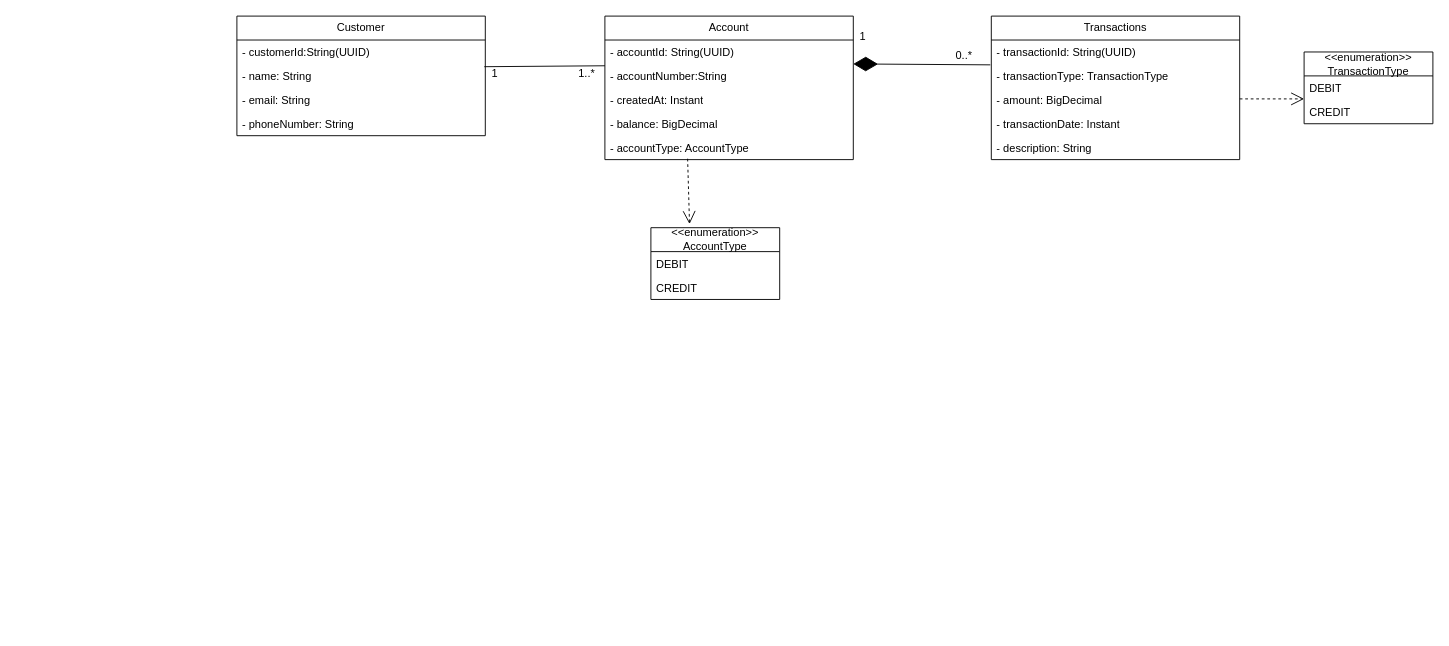
Above: page "FinanceBank" (8 of 8) of UML Diagram/Practice.drawio in prakashbtech87/aaaaaaaaaaaPrakashDrawIORepo (draw.io), before the change. Source tidied: cells renumbered, new cells numbered last; positions are measured from the earlier drawing's top-left corner, leaving out a move shared by most shapes. Both pictures are drawn from the tidied source at 92%, with x=0, y=0 at pixel (236, 16).
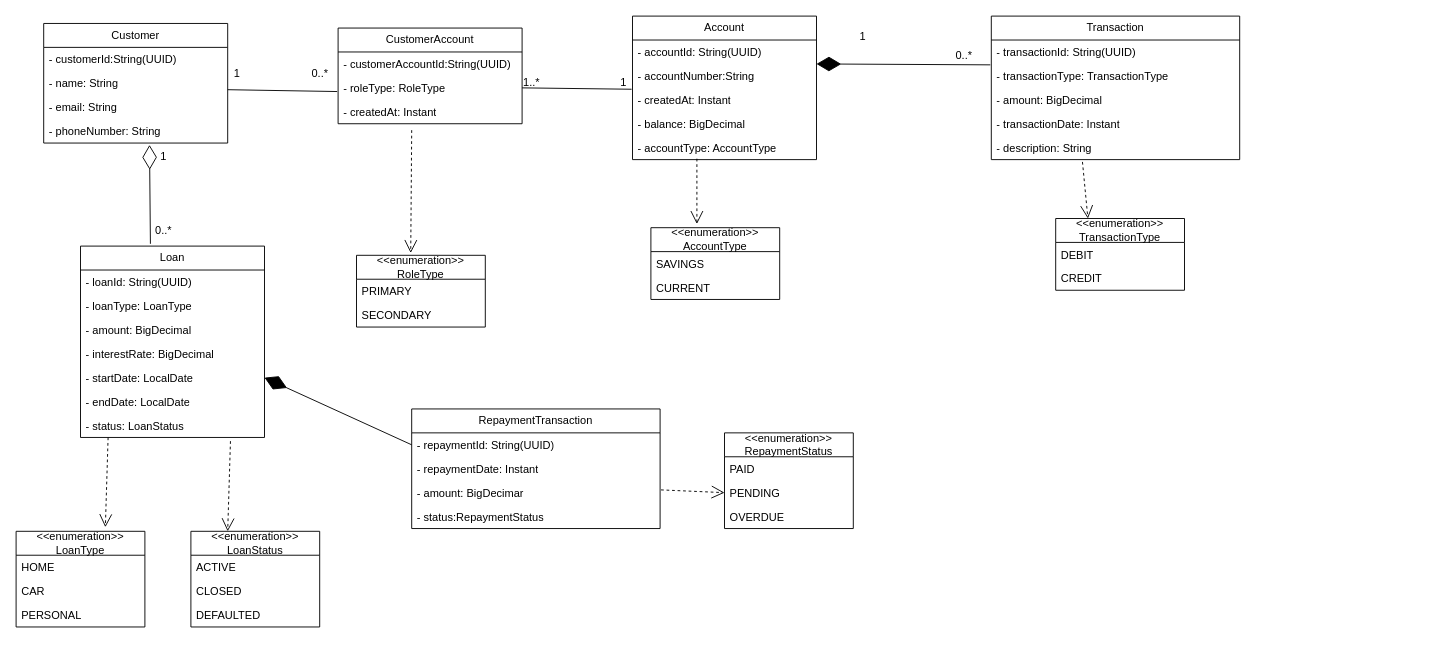
Above is the later version.

Unchanged cells that the change refers to:
```xml
<mxCell id="18" value="- description: String" style="text;strokeColor=none;fillColor=none;align=left;verticalAlign=top;spacingLeft=4;spacingRight=4;overflow=hidden;points=[[0,0.5],[1,0.5]];portConstraint=eastwest;whiteSpace=wrap;html=1;" parent="13" vertex="1">
  <mxGeometry y="130" width="270" height="26" as="geometry" />
</mxCell>
<mxCell id="29" value="&amp;lt;&amp;lt;enumeration&amp;gt;&amp;gt;&lt;br&gt;AccountType" style="swimlane;fontStyle=0;horizontal=1;startSize=26;fillColor=none;whiteSpace=wrap;html=1;" parent="1" vertex="1">
  <mxGeometry x="450" y="230" width="140" height="78" as="geometry" />
</mxCell>
```

Change to the diagram source:
```diff
@@
     <mxCell id="2" value="Account" style="swimlane;fontStyle=0;horizontal=1;startSize=26;fillColor=none;whiteSpace=wrap;html=1;" parent="1" vertex="1">
-      <mxGeometry x="400" width="270" height="156" as="geometry" />
+      <mxGeometry x="430" width="200" height="156" as="geometry" />
     </mxCell>
     <mxCell id="3" value="&lt;div&gt;- accountId: String(UUID)&lt;/div&gt;" style="text;strokeColor=none;fillColor=none;align=left;verticalAlign=top;spacingLeft=4;spacingRight=4;overflow=hidden;points=[[0,0.5],[1,0.5]];portConstraint=eastwest;whiteSpace=wrap;html=1;" parent="2" vertex="1">
-      <mxGeometry y="26" width="270" height="26" as="geometry" />
+      <mxGeometry y="26" width="200" height="26" as="geometry" />
     </mxCell>
     <mxCell id="4" value="- accountNumber:String" style="text;strokeColor=none;fillColor=none;align=left;verticalAlign=top;spacingLeft=4;spacingRight=4;overflow=hidden;whiteSpace=wrap;html=1;" parent="2" vertex="1">
-      <mxGeometry y="52" width="270" height="26" as="geometry" />
+      <mxGeometry y="52" width="200" height="26" as="geometry" />
     </mxCell>
     <mxCell id="5" value="- createdAt: Instant" style="text;strokeColor=none;fillColor=none;align=left;verticalAlign=top;spacingLeft=4;spacingRight=4;overflow=hidden;points=[[0,0.5],[1,0.5]];portConstraint=eastwest;whiteSpace=wrap;html=1;" parent="2" vertex="1">
-      <mxGeometry y="78" width="270" height="26" as="geometry" />
+      <mxGeometry y="78" width="200" height="26" as="geometry" />
     </mxCell>
     <mxCell id="6" value="- balance: BigDecimal" style="text;strokeColor=none;fillColor=none;align=left;verticalAlign=top;spacingLeft=4;spacingRight=4;overflow=hidden;whiteSpace=wrap;html=1;" parent="2" vertex="1">
-      <mxGeometry y="104" width="270" height="26" as="geometry" />
+      <mxGeometry y="104" width="200" height="26" as="geometry" />
     </mxCell>
     <mxCell id="7" value="- accountType: AccountType" style="text;strokeColor=none;fillColor=none;align=left;verticalAlign=top;spacingLeft=4;spacingRight=4;overflow=hidden;points=[[0,0.5],[1,0.5]];portConstraint=eastwest;whiteSpace=wrap;html=1;" parent="2" vertex="1">
-      <mxGeometry y="130" width="270" height="26" as="geometry" />
+      <mxGeometry y="130" width="200" height="26" as="geometry" />
     </mxCell>
     <mxCell id="8" value="Customer" style="swimlane;fontStyle=0;horizontal=1;startSize=26;fillColor=none;whiteSpace=wrap;html=1;" parent="1" vertex="1">
-      <mxGeometry width="270" height="130" as="geometry" />
+      <mxGeometry x="-210" y="8" width="200" height="130" as="geometry" />
     </mxCell>
     <mxCell id="9" value="&lt;div&gt;- customerId:String(UUID)&lt;/div&gt;" style="text;strokeColor=none;fillColor=none;align=left;verticalAlign=top;spacingLeft=4;spacingRight=4;overflow=hidden;whiteSpace=wrap;html=1;" parent="8" vertex="1">
-      <mxGeometry y="26" width="270" height="26" as="geometry" />
+      <mxGeometry y="26" width="200" height="26" as="geometry" />
     </mxCell>
     <mxCell id="10" value="- name: String" style="text;strokeColor=none;fillColor=none;align=left;verticalAlign=top;spacingLeft=4;spacingRight=4;overflow=hidden;points=[[0,0.5],[1,0.5]];portConstraint=eastwest;whiteSpace=wrap;html=1;" parent="8" vertex="1">
-      <mxGeometry y="52" width="270" height="26" as="geometry" />
+      <mxGeometry y="52" width="200" height="26" as="geometry" />
     </mxCell>
     <mxCell id="11" value="- email: String" style="text;strokeColor=none;fillColor=none;align=left;verticalAlign=top;spacingLeft=4;spacingRight=4;overflow=hidden;whiteSpace=wrap;html=1;" parent="8" vertex="1">
-      <mxGeometry y="78" width="270" height="26" as="geometry" />
+      <mxGeometry y="78" width="200" height="26" as="geometry" />
     </mxCell>
     <mxCell id="12" value="- phoneNumber: String" style="text;strokeColor=none;fillColor=none;align=left;verticalAlign=top;spacingLeft=4;spacingRight=4;overflow=hidden;whiteSpace=wrap;html=1;" parent="8" vertex="1">
-      <mxGeometry y="104" width="270" height="26" as="geometry" />
+      <mxGeometry y="104" width="200" height="26" as="geometry" />
     </mxCell>
-    <mxCell id="13" value="Transactions" style="swimlane;fontStyle=0;horizontal=1;startSize=26;fillColor=none;whiteSpace=wrap;html=1;" parent="1" vertex="1">
+    <mxCell id="13" value="Transaction" style="swimlane;fontStyle=0;horizontal=1;startSize=26;fillColor=none;whiteSpace=wrap;html=1;" parent="1" vertex="1">
       <mxGeometry x="820" width="270" height="156" as="geometry" />
     </mxCell>
@@
-    <mxCell id="20" style="endArrow=none;html=1;rounded=0;exitX=0.996;exitY=0.115;exitDx=0;exitDy=0;exitPerimeter=0;" parent="1" edge="1" source="10">
-      <mxGeometry relative="1" as="geometry">
-        <mxPoint x="400" y="54" as="targetPoint" />
-      </mxGeometry>
-    </mxCell>
-    <mxCell id="21" value="1" style="text;html=1;align=center;verticalAlign=middle;strokeColor=none;fillColor=none;" parent="1" vertex="1">
-      <mxGeometry x="265" y="48" width="30" height="30" as="geometry" />
-    </mxCell>
-    <mxCell id="22" value="1..*" style="text;html=1;align=center;verticalAlign=middle;strokeColor=none;fillColor=none;" parent="1" vertex="1">
-      <mxGeometry x="360" y="48" width="40" height="30" as="geometry" />
-    </mxCell>
@@
     <mxCell id="25" value="&amp;lt;&amp;lt;enumeration&amp;gt;&amp;gt;&lt;br&gt;TransactionType" style="swimlane;fontStyle=0;horizontal=1;startSize=26;fillColor=none;whiteSpace=wrap;html=1;" parent="1" vertex="1">
-      <mxGeometry x="1160" y="39" width="140" height="78" as="geometry" />
+      <mxGeometry x="890" y="220" width="140" height="78" as="geometry" />
     </mxCell>
@@
-    <mxCell id="28" style="endArrow=open;endSize=12;dashed=1;html=1;rounded=0;" parent="1" edge="1">
-      <mxGeometry relative="1" as="geometry">
-        <mxPoint x="1090" y="90" as="sourcePoint" />
-        <mxPoint x="1160" y="90" as="targetPoint" />
-      </mxGeometry>
+    <mxCell id="28" style="endArrow=open;endSize=12;dashed=1;html=1;rounded=0;entryX=0.25;entryY=0;entryDx=0;entryDy=0;exitX=0.367;exitY=1.096;exitDx=0;exitDy=0;exitPerimeter=0;" parent="1" edge="1" source="18" target="25">
+      <mxGeometry relative="1" as="geometry" />
     </mxCell>
@@
-    <mxCell id="30" value="DEBIT" style="text;strokeColor=none;fillColor=none;align=left;verticalAlign=top;spacingLeft=4;spacingRight=4;overflow=hidden;whiteSpace=wrap;html=1;" parent="29" vertex="1">
+    <mxCell id="30" value="SAVINGS" style="text;strokeColor=none;fillColor=none;align=left;verticalAlign=top;spacingLeft=4;spacingRight=4;overflow=hidden;whiteSpace=wrap;html=1;" parent="29" vertex="1">
       <mxGeometry y="26" width="140" height="26" as="geometry" />
     </mxCell>
-    <mxCell id="31" value="CREDIT" style="text;strokeColor=none;fillColor=none;align=left;verticalAlign=top;spacingLeft=4;spacingRight=4;overflow=hidden;whiteSpace=wrap;html=1;" parent="29" vertex="1">
+    <mxCell id="31" value="CURRENT" style="text;strokeColor=none;fillColor=none;align=left;verticalAlign=top;spacingLeft=4;spacingRight=4;overflow=hidden;whiteSpace=wrap;html=1;" parent="29" vertex="1">
       <mxGeometry y="52" width="140" height="26" as="geometry" />
     </mxCell>
-    <mxCell id="32" style="endArrow=open;endSize=12;dashed=1;html=1;rounded=0;exitX=0.333;exitY=0.962;exitDx=0;exitDy=0;exitPerimeter=0;entryX=0.3;entryY=-0.051;entryDx=0;entryDy=0;entryPerimeter=0;" parent="1" edge="1" source="7" target="29">
-      <mxGeometry relative="1" as="geometry" />
+    <mxCell id="32" style="endArrow=open;endSize=12;dashed=1;html=1;rounded=0;" parent="1" edge="1">
+      <mxGeometry relative="1" as="geometry">
+        <mxPoint x="500" y="155" as="sourcePoint" />
+        <mxPoint x="500" y="226" as="targetPoint" />
+      </mxGeometry>
     </mxCell>
+    <mxCell id="33" value="CustomerAccount" style="swimlane;fontStyle=0;horizontal=1;startSize=26;fillColor=none;whiteSpace=wrap;html=1;" parent="1" vertex="1">
+      <mxGeometry x="110" y="13" width="200" height="104" as="geometry" />
+    </mxCell>
+    <mxCell id="34" value="&lt;div&gt;- customerAccountId:String(UUID)&lt;/div&gt;" style="text;strokeColor=none;fillColor=none;align=left;verticalAlign=top;spacingLeft=4;spacingRight=4;overflow=hidden;whiteSpace=wrap;html=1;" parent="33" vertex="1">
+      <mxGeometry y="26" width="200" height="26" as="geometry" />
+    </mxCell>
+    <mxCell id="35" value="- roleType: RoleType" style="text;strokeColor=none;fillColor=none;align=left;verticalAlign=top;spacingLeft=4;spacingRight=4;overflow=hidden;points=[[0,0.5],[1,0.5]];portConstraint=eastwest;whiteSpace=wrap;html=1;" parent="33" vertex="1">
+      <mxGeometry y="52" width="200" height="26" as="geometry" />
+    </mxCell>
+    <mxCell id="36" value="- createdAt: Instant" style="text;strokeColor=none;fillColor=none;align=left;verticalAlign=top;spacingLeft=4;spacingRight=4;overflow=hidden;points=[[0,0.5],[1,0.5]];portConstraint=eastwest;whiteSpace=wrap;html=1;" parent="33" vertex="1">
+      <mxGeometry y="78" width="200" height="26" as="geometry" />
+    </mxCell>
+    <mxCell id="37" value="&amp;lt;&amp;lt;enumeration&amp;gt;&amp;gt;&lt;br&gt;RoleType" style="swimlane;fontStyle=0;horizontal=1;startSize=26;fillColor=none;whiteSpace=wrap;html=1;" parent="1" vertex="1">
+      <mxGeometry x="130" y="260" width="140" height="78" as="geometry" />
+    </mxCell>
+    <mxCell id="38" value="PRIMARY" style="text;strokeColor=none;fillColor=none;align=left;verticalAlign=top;spacingLeft=4;spacingRight=4;overflow=hidden;whiteSpace=wrap;html=1;" parent="37" vertex="1">
+      <mxGeometry y="26" width="140" height="26" as="geometry" />
+    </mxCell>
+    <mxCell id="39" value="SECONDARY" style="text;strokeColor=none;fillColor=none;align=left;verticalAlign=top;spacingLeft=4;spacingRight=4;overflow=hidden;whiteSpace=wrap;html=1;" parent="37" vertex="1">
+      <mxGeometry y="52" width="140" height="26" as="geometry" />
+    </mxCell>
+    <mxCell id="40" style="endArrow=open;endSize=12;dashed=1;html=1;rounded=0;exitX=0.4;exitY=1.269;exitDx=0;exitDy=0;exitPerimeter=0;entryX=0.421;entryY=-0.032;entryDx=0;entryDy=0;entryPerimeter=0;" parent="1" edge="1" source="36" target="37">
+      <mxGeometry relative="1" as="geometry" />
+    </mxCell>
+    <mxCell id="41" style="endArrow=none;html=1;rounded=0;exitX=1;exitY=0.5;exitDx=0;exitDy=0;entryX=-0.005;entryY=0.058;entryDx=0;entryDy=0;entryPerimeter=0;" parent="1" edge="1" source="35" target="5">
+      <mxGeometry relative="1" as="geometry" />
+    </mxCell>
+    <mxCell id="42" style="endArrow=none;html=1;rounded=0;exitX=1;exitY=0.5;exitDx=0;exitDy=0;entryX=-0.005;entryY=0.058;entryDx=0;entryDy=0;entryPerimeter=0;" parent="1" edge="1">
+      <mxGeometry relative="1" as="geometry">
+        <mxPoint x="-10" y="80" as="sourcePoint" />
+        <mxPoint x="109" y="82" as="targetPoint" />
+      </mxGeometry>
+    </mxCell>
+    <mxCell id="43" value="1" style="text;html=1;align=center;verticalAlign=middle;strokeColor=none;fillColor=none;" parent="1" vertex="1">
+      <mxGeometry x="-15" y="48" width="30" height="30" as="geometry" />
+    </mxCell>
+    <mxCell id="44" value="0..*" style="text;html=1;align=center;verticalAlign=middle;strokeColor=none;fillColor=none;" parent="1" vertex="1">
+      <mxGeometry x="70" y="48" width="40" height="30" as="geometry" />
+    </mxCell>
+    <mxCell id="45" value="1" style="text;html=1;align=center;verticalAlign=middle;strokeColor=none;fillColor=none;" parent="1" vertex="1">
+      <mxGeometry x="405" y="58" width="30" height="30" as="geometry" />
+    </mxCell>
+    <mxCell id="22" value="1..*" style="text;html=1;align=center;verticalAlign=middle;strokeColor=none;fillColor=none;" parent="1" vertex="1">
+      <mxGeometry x="300" y="58" width="40" height="30" as="geometry" />
+    </mxCell>
+    <mxCell id="46" value="Loan" style="swimlane;fontStyle=0;horizontal=1;startSize=26;fillColor=none;whiteSpace=wrap;html=1;" parent="1" vertex="1">
+      <mxGeometry x="-170" y="250" width="200" height="208" as="geometry" />
+    </mxCell>
+    <mxCell id="47" value="&lt;div&gt;- loanId: String(UUID)&lt;/div&gt;" style="text;strokeColor=none;fillColor=none;align=left;verticalAlign=top;spacingLeft=4;spacingRight=4;overflow=hidden;whiteSpace=wrap;html=1;" parent="46" vertex="1">
+      <mxGeometry y="26" width="200" height="26" as="geometry" />
+    </mxCell>
+    <mxCell id="48" value="- loanType: LoanType" style="text;strokeColor=none;fillColor=none;align=left;verticalAlign=top;spacingLeft=4;spacingRight=4;overflow=hidden;whiteSpace=wrap;html=1;" parent="46" vertex="1">
+      <mxGeometry y="52" width="200" height="26" as="geometry" />
+    </mxCell>
+    <mxCell id="49" value="- amount: BigDecimal" style="text;strokeColor=none;fillColor=none;align=left;verticalAlign=top;spacingLeft=4;spacingRight=4;overflow=hidden;whiteSpace=wrap;html=1;" parent="46" vertex="1">
+      <mxGeometry y="78" width="200" height="26" as="geometry" />
+    </mxCell>
+    <mxCell id="50" value="- interestRate: BigDecimal" style="text;strokeColor=none;fillColor=none;align=left;verticalAlign=top;spacingLeft=4;spacingRight=4;overflow=hidden;whiteSpace=wrap;html=1;" parent="46" vertex="1">
+      <mxGeometry y="104" width="200" height="26" as="geometry" />
+    </mxCell>
+    <mxCell id="51" value="- startDate: LocalDate" style="text;strokeColor=none;fillColor=none;align=left;verticalAlign=top;spacingLeft=4;spacingRight=4;overflow=hidden;points=[[0,0.5],[1,0.5]];portConstraint=eastwest;whiteSpace=wrap;html=1;" parent="46" vertex="1">
+      <mxGeometry y="130" width="200" height="26" as="geometry" />
+    </mxCell>
+    <mxCell id="52" value="- endDate: LocalDate" style="text;strokeColor=none;fillColor=none;align=left;verticalAlign=top;spacingLeft=4;spacingRight=4;overflow=hidden;whiteSpace=wrap;html=1;" parent="46" vertex="1">
+      <mxGeometry y="156" width="200" height="26" as="geometry" />
+    </mxCell>
+    <mxCell id="53" value="- status: LoanStatus" style="text;strokeColor=none;fillColor=none;align=left;verticalAlign=top;spacingLeft=4;spacingRight=4;overflow=hidden;whiteSpace=wrap;html=1;" parent="46" vertex="1">
+      <mxGeometry y="182" width="200" height="26" as="geometry" />
+    </mxCell>
+    <mxCell id="54" value="&amp;lt;&amp;lt;enumeration&amp;gt;&amp;gt;&lt;br&gt;LoanType" style="swimlane;fontStyle=0;horizontal=1;startSize=26;fillColor=none;whiteSpace=wrap;html=1;" parent="1" vertex="1">
+      <mxGeometry x="-240" y="560" width="140" height="104" as="geometry" />
+    </mxCell>
+    <mxCell id="55" value="HOME" style="text;strokeColor=none;fillColor=none;align=left;verticalAlign=top;spacingLeft=4;spacingRight=4;overflow=hidden;whiteSpace=wrap;html=1;" parent="54" vertex="1">
+      <mxGeometry y="26" width="140" height="26" as="geometry" />
+    </mxCell>
+    <mxCell id="56" value="CAR&lt;table&gt;&lt;tbody&gt;&lt;tr&gt;&lt;td&gt;&lt;br&gt;&lt;/td&gt;&lt;/tr&gt;&lt;/tbody&gt;&lt;/table&gt;" style="text;strokeColor=none;fillColor=none;align=left;verticalAlign=top;spacingLeft=4;spacingRight=4;overflow=hidden;whiteSpace=wrap;html=1;" parent="54" vertex="1">
+      <mxGeometry y="52" width="140" height="26" as="geometry" />
+    </mxCell>
+    <mxCell id="57" value="PERSONAL" style="text;strokeColor=none;fillColor=none;align=left;verticalAlign=top;spacingLeft=4;spacingRight=4;overflow=hidden;whiteSpace=wrap;html=1;" parent="54" vertex="1">
+      <mxGeometry y="78" width="140" height="26" as="geometry" />
+    </mxCell>
+    <mxCell id="58" style="endArrow=open;endSize=12;dashed=1;html=1;rounded=0;entryX=0.693;entryY=-0.043;entryDx=0;entryDy=0;entryPerimeter=0;" parent="1" edge="1" target="54">
+      <mxGeometry relative="1" as="geometry">
+        <mxPoint x="-140" y="458" as="sourcePoint" />
+      </mxGeometry>
+    </mxCell>
+    <mxCell id="59" style="endArrow=open;endSize=12;dashed=1;html=1;rounded=0;entryX=0.693;entryY=-0.043;entryDx=0;entryDy=0;entryPerimeter=0;" parent="1" edge="1">
+      <mxGeometry relative="1" as="geometry">
+        <mxPoint x="-7" y="462" as="sourcePoint" />
+        <mxPoint x="-10" y="560" as="targetPoint" />
+      </mxGeometry>
+    </mxCell>
+    <mxCell id="60" value="&amp;lt;&amp;lt;enumeration&amp;gt;&amp;gt;&lt;br&gt;LoanStatus" style="swimlane;fontStyle=0;horizontal=1;startSize=26;fillColor=none;whiteSpace=wrap;html=1;" parent="1" vertex="1">
+      <mxGeometry x="-50" y="560" width="140" height="104" as="geometry" />
+    </mxCell>
+    <mxCell id="61" value="ACTIVE" style="text;strokeColor=none;fillColor=none;align=left;verticalAlign=top;spacingLeft=4;spacingRight=4;overflow=hidden;whiteSpace=wrap;html=1;" parent="60" vertex="1">
+      <mxGeometry y="26" width="140" height="26" as="geometry" />
+    </mxCell>
+    <mxCell id="62" value="CLOSED" style="text;strokeColor=none;fillColor=none;align=left;verticalAlign=top;spacingLeft=4;spacingRight=4;overflow=hidden;whiteSpace=wrap;html=1;" parent="60" vertex="1">
+      <mxGeometry y="52" width="140" height="26" as="geometry" />
+    </mxCell>
+    <mxCell id="63" value="DEFAULTED" style="text;strokeColor=none;fillColor=none;align=left;verticalAlign=top;spacingLeft=4;spacingRight=4;overflow=hidden;whiteSpace=wrap;html=1;" parent="60" vertex="1">
+      <mxGeometry y="78" width="140" height="26" as="geometry" />
+    </mxCell>
+    <mxCell id="64" value="1" style="text;html=1;align=center;verticalAlign=middle;strokeColor=none;fillColor=none;" parent="1" vertex="1">
+      <mxGeometry x="-95" y="138" width="30" height="30" as="geometry" />
+    </mxCell>
+    <mxCell id="65" value="0..*" style="text;html=1;align=center;verticalAlign=middle;strokeColor=none;fillColor=none;" parent="1" vertex="1">
+      <mxGeometry x="-100" y="218" width="40" height="30" as="geometry" />
+    </mxCell>
+    <mxCell id="66" value="RepaymentTransaction" style="swimlane;fontStyle=0;horizontal=1;startSize=26;fillColor=none;whiteSpace=wrap;html=1;" parent="1" vertex="1">
+      <mxGeometry x="190" y="427" width="270" height="130" as="geometry" />
+    </mxCell>
+    <mxCell id="67" value="&lt;div&gt;- repaymentId: String(UUID)&lt;/div&gt;" style="text;strokeColor=none;fillColor=none;align=left;verticalAlign=top;spacingLeft=4;spacingRight=4;overflow=hidden;points=[[0,0.5],[1,0.5]];portConstraint=eastwest;whiteSpace=wrap;html=1;" parent="66" vertex="1">
+      <mxGeometry y="26" width="270" height="26" as="geometry" />
+    </mxCell>
+    <mxCell id="68" value="- repaymentDate: Instant" style="text;strokeColor=none;fillColor=none;align=left;verticalAlign=top;spacingLeft=4;spacingRight=4;overflow=hidden;whiteSpace=wrap;html=1;" parent="66" vertex="1">
+      <mxGeometry y="52" width="270" height="26" as="geometry" />
+    </mxCell>
+    <mxCell id="69" value="- amount: BigDecimar" style="text;strokeColor=none;fillColor=none;align=left;verticalAlign=top;spacingLeft=4;spacingRight=4;overflow=hidden;whiteSpace=wrap;html=1;" parent="66" vertex="1">
+      <mxGeometry y="78" width="270" height="26" as="geometry" />
+    </mxCell>
+    <mxCell id="70" value="- status:RepaymentStatus" style="text;strokeColor=none;fillColor=none;align=left;verticalAlign=top;spacingLeft=4;spacingRight=4;overflow=hidden;whiteSpace=wrap;html=1;" parent="66" vertex="1">
+      <mxGeometry y="104" width="270" height="26" as="geometry" />
+    </mxCell>
+    <mxCell id="71" value="&amp;lt;&amp;lt;enumeration&amp;gt;&amp;gt;&lt;br&gt;RepaymentStatus" style="swimlane;fontStyle=0;horizontal=1;startSize=26;fillColor=none;whiteSpace=wrap;html=1;" parent="1" vertex="1">
+      <mxGeometry x="530" y="453" width="140" height="104" as="geometry" />
+    </mxCell>
+    <mxCell id="72" value="PAID" style="text;strokeColor=none;fillColor=none;align=left;verticalAlign=top;spacingLeft=4;spacingRight=4;overflow=hidden;whiteSpace=wrap;html=1;" parent="71" vertex="1">
+      <mxGeometry y="26" width="140" height="26" as="geometry" />
+    </mxCell>
+    <mxCell id="73" value="PENDING" style="text;strokeColor=none;fillColor=none;align=left;verticalAlign=top;spacingLeft=4;spacingRight=4;overflow=hidden;points=[[0,0.5],[1,0.5]];portConstraint=eastwest;whiteSpace=wrap;html=1;" parent="71" vertex="1">
+      <mxGeometry y="52" width="140" height="26" as="geometry" />
+    </mxCell>
+    <mxCell id="74" value="OVERDUE" style="text;strokeColor=none;fillColor=none;align=left;verticalAlign=top;spacingLeft=4;spacingRight=4;overflow=hidden;whiteSpace=wrap;html=1;" parent="71" vertex="1">
+      <mxGeometry y="78" width="140" height="26" as="geometry" />
+    </mxCell>
+    <mxCell id="75" style="endArrow=open;endSize=12;dashed=1;html=1;rounded=0;entryX=0;entryY=0.5;entryDx=0;entryDy=0;" parent="1" edge="1" target="73">
+      <mxGeometry relative="1" as="geometry">
+        <mxPoint x="461" y="515" as="sourcePoint" />
+      </mxGeometry>
+    </mxCell>
+    <mxCell id="76" style="endArrow=diamondThin;endFill=1;endSize=24;html=1;rounded=0;entryX=1;entryY=0.5;entryDx=0;entryDy=0;exitX=0;exitY=0.5;exitDx=0;exitDy=0;" parent="1" edge="1" source="67" target="51">
+      <mxGeometry relative="1" as="geometry" />
+    </mxCell>
+    <mxCell id="77" style="endArrow=diamondThin;endFill=0;endSize=24;html=1;rounded=0;exitX=0.38;exitY=-0.012;exitDx=0;exitDy=0;exitPerimeter=0;" parent="1" edge="1" source="46">
+      <mxGeometry relative="1" as="geometry">
+        <mxPoint x="-95" y="140" as="targetPoint" />
+      </mxGeometry>
+    </mxCell>
```
